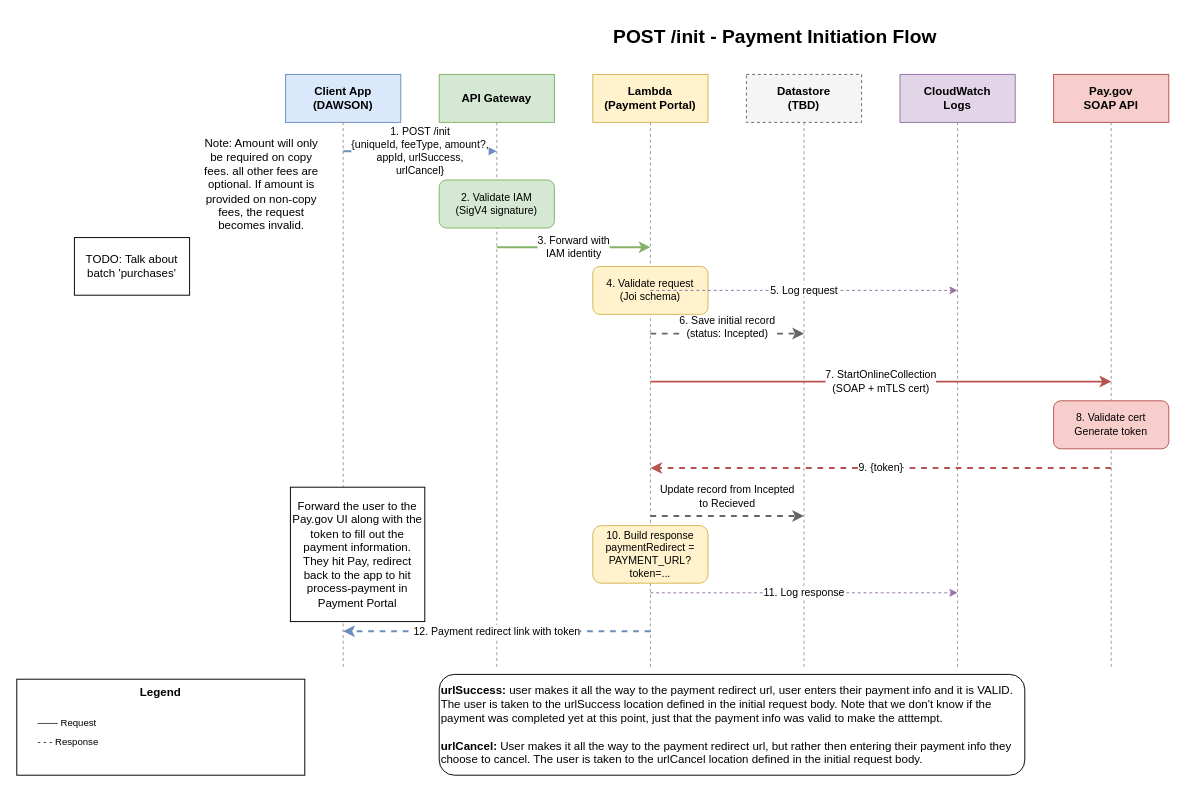
ustaxcourt/ustc-payment-portal keeps this draw.io diagram as docs/diagrams/init-payment-flow.drawio. Above is the earlier version. Source tidied: cells renumbered, new cells numbered last; positions are measured from the earlier drawing's top-left corner, leaving out a move shared by most shapes. Both pictures are drawn from the tidied source at 96%, with x=0, y=0 at pixel (16, 16).
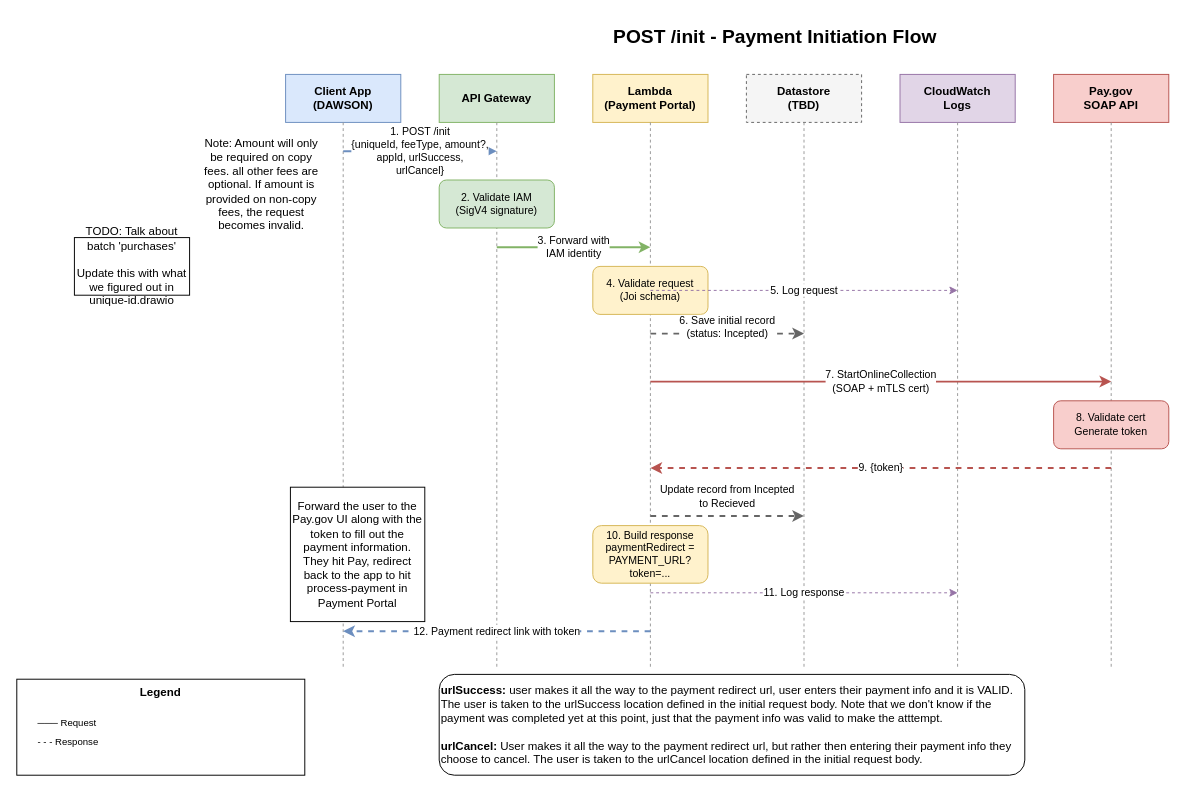
After the change.

Diff of the diagram source:
```diff
@@
-    <mxCell id="33" value="TODO: Talk about batch 'purchases'" style="rounded=0;whiteSpace=wrap;html=1;" parent="1" vertex="1">
+    <mxCell id="33" value="TODO: Talk about batch 'purchases'&lt;div&gt;&lt;br&gt;&lt;/div&gt;&lt;div&gt;Update this with what we figured out in unique-id.drawio&lt;/div&gt;" style="rounded=0;whiteSpace=wrap;html=1;" parent="1" vertex="1">
       <mxGeometry x="60" y="230" width="120" height="60" as="geometry" />
     </mxCell>
```
